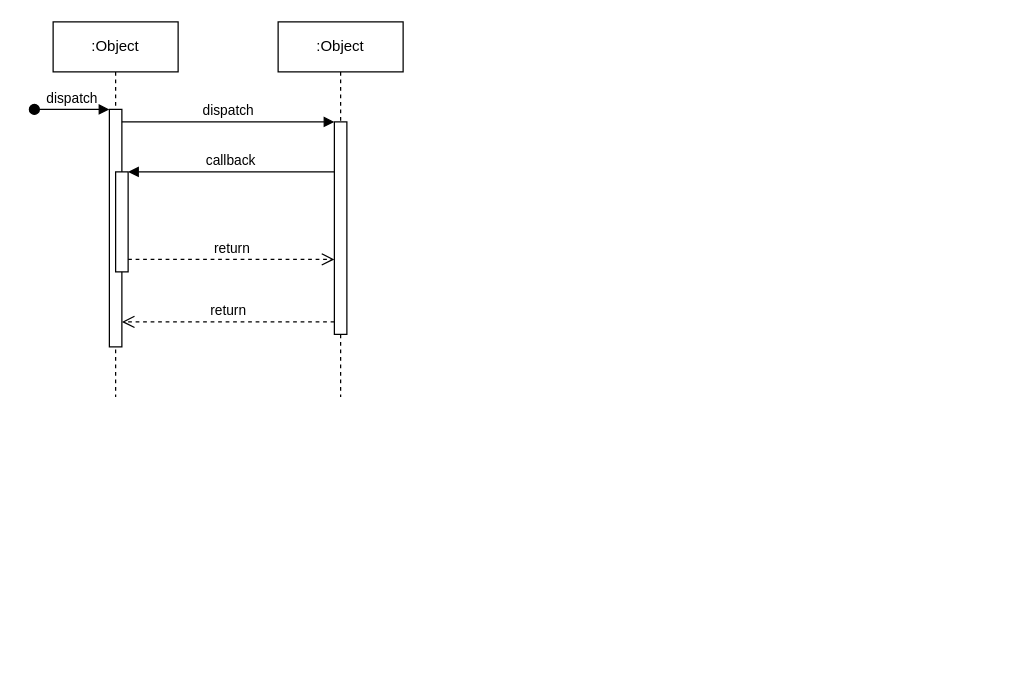
Earlier version of the draw.io diagram FlashCardSequence.drawio (wasimic311/uml). Source tidied: cells renumbered, new cells numbered last; positions are measured from the earlier drawing's top-left corner, leaving out a move shared by most shapes. Both pictures are drawn from the tidied source at 125%, with x=0, y=0 at pixel (34, 21).
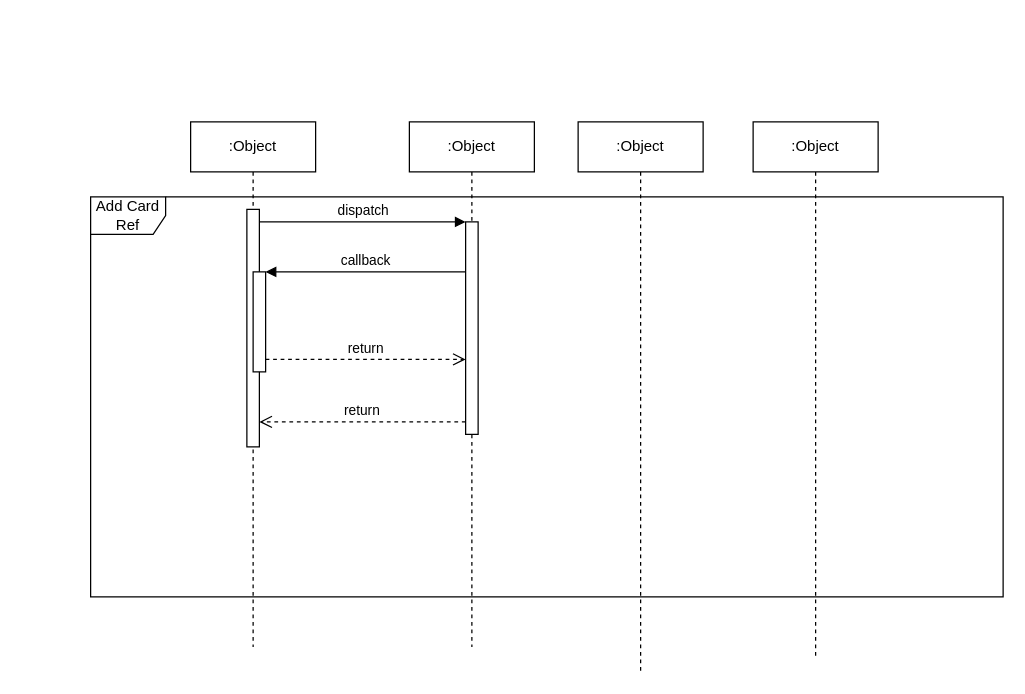
The same diagram, later.

What changed in the source:
```diff
@@
 <mxGraphModel>
   <root>
     <mxCell id="0" />
     <mxCell id="1" parent="0" />
     <mxCell id="2" value=":Object" style="shape=umlLifeline;perimeter=lifelinePerimeter;whiteSpace=wrap;html=1;newEdgeStyle={&quot;edgeStyle&quot;:&quot;elbowEdgeStyle&quot;,&quot;elbow&quot;:&quot;vertical&quot;,&quot;curved&quot;:0,&quot;rounded&quot;:0};" parent="1" vertex="1">
-      <mxGeometry x="15" width="100" height="300" as="geometry" />
+      <mxGeometry x="125" y="80" width="100" height="420" as="geometry" />
     </mxCell>
     <mxCell id="3" style="html=1;points=[];perimeter=orthogonalPerimeter;outlineConnect=0;targetShapes=umlLifeline;portConstraint=eastwest;newEdgeStyle={&quot;edgeStyle&quot;:&quot;elbowEdgeStyle&quot;,&quot;elbow&quot;:&quot;vertical&quot;,&quot;curved&quot;:0,&quot;rounded&quot;:0};" parent="2" vertex="1">
       <mxGeometry x="45" y="70" width="10" height="190" as="geometry" />
     </mxCell>
-    <mxCell id="4" value="dispatch" style="html=1;verticalAlign=bottom;startArrow=oval;endArrow=block;startSize=8;edgeStyle=elbowEdgeStyle;elbow=vertical;curved=0;rounded=0;" parent="2" edge="1" target="3">
-      <mxGeometry relative="1" as="geometry">
-        <mxPoint x="-15" y="70" as="sourcePoint" />
-      </mxGeometry>
-    </mxCell>
     <mxCell id="5" style="html=1;points=[];perimeter=orthogonalPerimeter;outlineConnect=0;targetShapes=umlLifeline;portConstraint=eastwest;newEdgeStyle={&quot;edgeStyle&quot;:&quot;elbowEdgeStyle&quot;,&quot;elbow&quot;:&quot;vertical&quot;,&quot;curved&quot;:0,&quot;rounded&quot;:0};" parent="2" vertex="1">
       <mxGeometry x="50" y="120" width="10" height="80" as="geometry" />
     </mxCell>
     <mxCell id="6" value=":Object" style="shape=umlLifeline;perimeter=lifelinePerimeter;whiteSpace=wrap;html=1;newEdgeStyle={&quot;edgeStyle&quot;:&quot;elbowEdgeStyle&quot;,&quot;elbow&quot;:&quot;vertical&quot;,&quot;curved&quot;:0,&quot;rounded&quot;:0};" parent="1" vertex="1">
-      <mxGeometry x="195" width="100" height="300" as="geometry" />
+      <mxGeometry x="300" y="80" width="100" height="420" as="geometry" />
     </mxCell>
     <mxCell id="7" style="html=1;points=[];perimeter=orthogonalPerimeter;outlineConnect=0;targetShapes=umlLifeline;portConstraint=eastwest;newEdgeStyle={&quot;edgeStyle&quot;:&quot;elbowEdgeStyle&quot;,&quot;elbow&quot;:&quot;vertical&quot;,&quot;curved&quot;:0,&quot;rounded&quot;:0};" parent="6" vertex="1">
       <mxGeometry x="45" y="80" width="10" height="170" as="geometry" />
     </mxCell>
     <mxCell id="8" value="dispatch" style="html=1;verticalAlign=bottom;endArrow=block;edgeStyle=elbowEdgeStyle;elbow=vertical;curved=0;rounded=0;" parent="1" edge="1" source="3" target="7">
       <mxGeometry relative="1" as="geometry">
         <Array as="points">
-          <mxPoint x="155" y="80" />
+          <mxPoint x="265" y="160" />
         </Array>
       </mxGeometry>
     </mxCell>
     <mxCell id="9" value="return" style="html=1;verticalAlign=bottom;endArrow=open;dashed=1;endSize=8;edgeStyle=elbowEdgeStyle;elbow=vertical;curved=0;rounded=0;" parent="1" edge="1" source="7" target="3">
       <mxGeometry relative="1" as="geometry">
         <Array as="points">
-          <mxPoint x="165" y="240" />
+          <mxPoint x="275" y="320" />
         </Array>
       </mxGeometry>
     </mxCell>
     <mxCell id="10" value="callback" style="html=1;verticalAlign=bottom;endArrow=block;edgeStyle=elbowEdgeStyle;elbow=vertical;curved=0;rounded=0;" parent="1" edge="1" source="7" target="5">
       <mxGeometry relative="1" as="geometry">
         <Array as="points">
-          <mxPoint x="165" y="120" />
+          <mxPoint x="275" y="200" />
         </Array>
       </mxGeometry>
     </mxCell>
     <mxCell id="11" value="return" style="html=1;verticalAlign=bottom;endArrow=open;dashed=1;endSize=8;edgeStyle=elbowEdgeStyle;elbow=vertical;curved=0;rounded=0;" parent="1" edge="1" source="5" target="7">
       <mxGeometry relative="1" as="geometry">
         <Array as="points">
-          <mxPoint x="155" y="190" />
+          <mxPoint x="265" y="270" />
         </Array>
       </mxGeometry>
     </mxCell>
+    <mxCell id="12" value="Add Card Ref" style="shape=umlFrame;whiteSpace=wrap;html=1;" parent="1" vertex="1">
+      <mxGeometry x="45" y="140" width="730" height="320" as="geometry" />
+    </mxCell>
+    <mxCell id="13" value=":Object" style="shape=umlLifeline;perimeter=lifelinePerimeter;whiteSpace=wrap;html=1;newEdgeStyle={&quot;curved&quot;:0,&quot;rounded&quot;:0};" parent="1" vertex="1">
+      <mxGeometry x="435" y="80" width="100" height="440" as="geometry" />
+    </mxCell>
+    <mxCell id="14" value=":Object" style="shape=umlLifeline;perimeter=lifelinePerimeter;whiteSpace=wrap;html=1;newEdgeStyle={&quot;curved&quot;:0,&quot;rounded&quot;:0};" parent="1" vertex="1">
+      <mxGeometry x="575" y="80" width="100" height="430" as="geometry" />
+    </mxCell>
   </root>
 </mxGraphModel>
```
